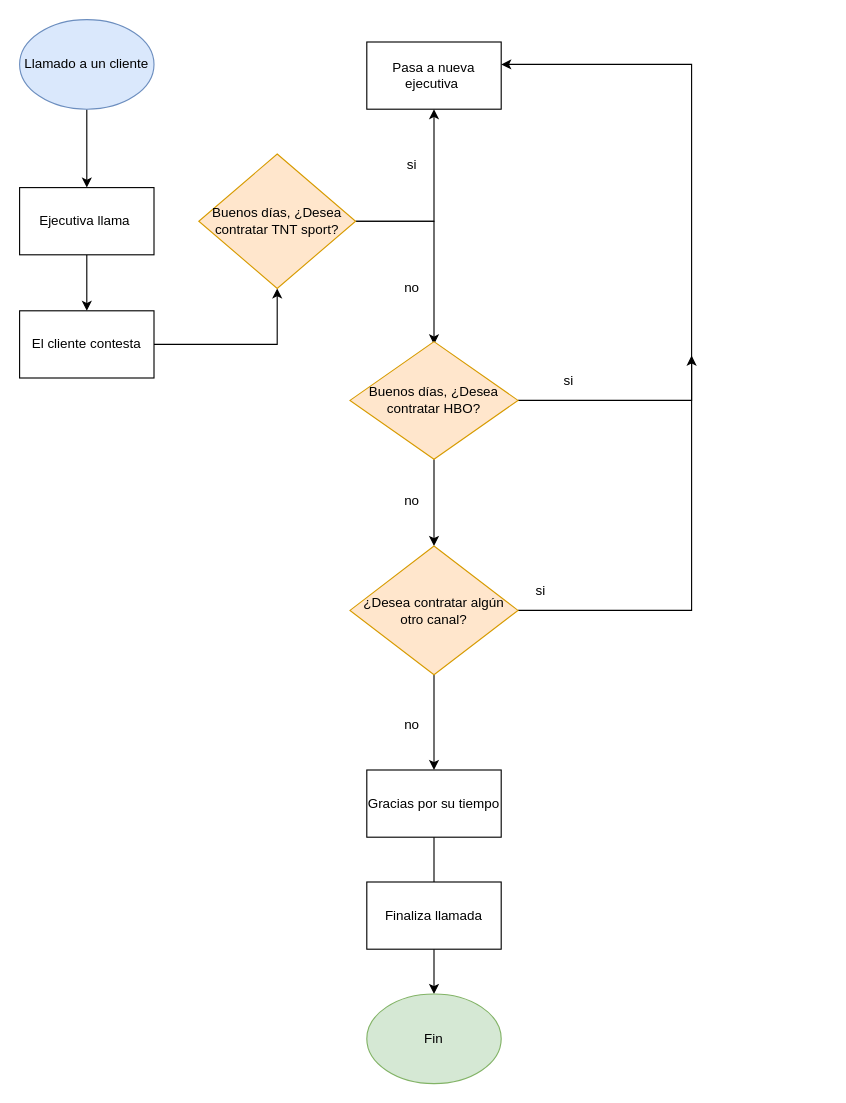
The draw.io diagram page "Canal Premium" (2 of 2) of Untitled Diagram.drawio in Matyplop/Matyplop.github.io, before the edit. Source tidied: cells renumbered, new cells numbered last; positions are measured from the earlier drawing's top-left corner, leaving out a move shared by most shapes. Both pictures are drawn from the tidied source at 112%, with x=0, y=0 at pixel (19, 19).
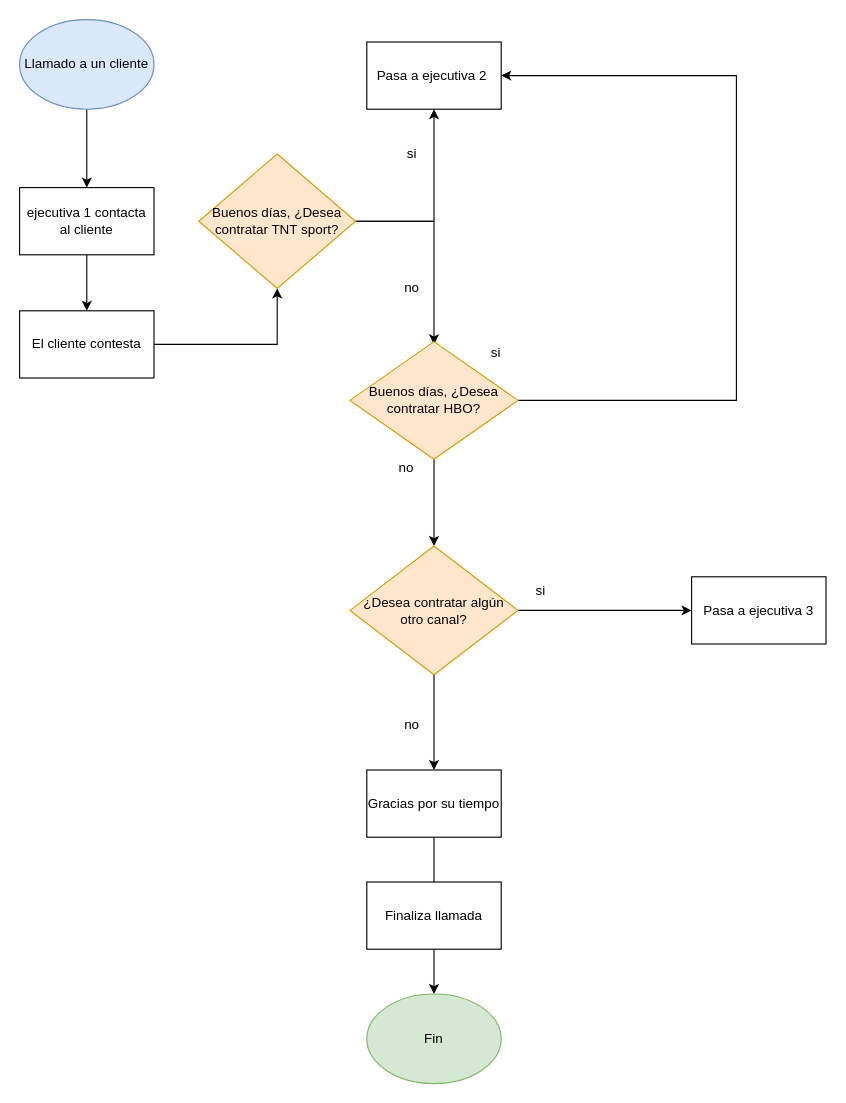
After the change.

The change refers to these unchanged cells:
```xml
<mxCell id="16" value="Buenos días, ¿Desea contratar HBO?" style="rhombus;whiteSpace=wrap;html=1;fillColor=#ffe6cc;strokeColor=#d79b00;" parent="1" vertex="1">
  <mxGeometry x="295" y="287.5" width="150" height="105" as="geometry" />
</mxCell>
<mxCell id="21" value="¿Desea contratar algún &lt;br&gt;otro canal?" style="rhombus;whiteSpace=wrap;html=1;fillColor=#ffe6cc;strokeColor=#d79b00;" parent="1" vertex="1">
  <mxGeometry x="295" y="470" width="150" height="115" as="geometry" />
</mxCell>
```

The edit, as a diff of the source:
```diff
@@
-    <mxCell id="5" value="Ejecutiva llama&amp;nbsp;" style="rounded=0;whiteSpace=wrap;html=1;" parent="1" vertex="1">
+    <mxCell id="5" value="ejecutiva 1 contacta al cliente" style="rounded=0;whiteSpace=wrap;html=1;" parent="1" vertex="1">
       <mxGeometry y="150" width="120" height="60" as="geometry" />
     </mxCell>
@@
     <mxCell id="11" value="si" style="text;html=1;align=center;verticalAlign=middle;strokeColor=none;" parent="1" vertex="1">
-      <mxGeometry x="335" y="120" width="30" height="20" as="geometry" />
+      <mxGeometry x="335" y="110" width="30" height="20" as="geometry" />
     </mxCell>
@@
-    <mxCell id="13" value="Pasa a nueva ejecutiva&amp;nbsp;" style="rounded=0;whiteSpace=wrap;html=1;" parent="1" vertex="1">
+    <mxCell id="13" value="Pasa a ejecutiva 2&amp;nbsp;" style="rounded=0;whiteSpace=wrap;html=1;" parent="1" vertex="1">
       <mxGeometry x="310" y="20" width="120" height="60" as="geometry" />
     </mxCell>
@@
-    <mxCell id="15" style="edgeStyle=orthogonalEdgeStyle;rounded=0;jettySize=auto;html=1;" parent="1" edge="1" source="16">
+    <mxCell id="15" style="edgeStyle=orthogonalEdgeStyle;rounded=0;jettySize=auto;html=1;entryX=1;entryY=0.5;entryDx=0;entryDy=0;" parent="1" edge="1" source="16" target="13">
       <mxGeometry relative="1" as="geometry">
-        <mxPoint x="600" y="300" as="targetPoint" />
         <Array as="points">
-          <mxPoint x="600" y="340" />
-          <mxPoint x="600" y="310" />
+          <mxPoint x="640" y="340" />
+          <mxPoint x="640" y="50" />
         </Array>
       </mxGeometry>
     </mxCell>
@@
     <mxCell id="17" value="si" style="text;html=1;align=center;verticalAlign=middle;strokeColor=none;" parent="1" vertex="1">
-      <mxGeometry x="475" y="312.5" width="30" height="20" as="geometry" />
+      <mxGeometry x="410" y="287.5" width="30" height="20" as="geometry" />
     </mxCell>
     <mxCell id="18" value="no" style="text;html=1;align=center;verticalAlign=middle;strokeColor=none;" parent="1" vertex="1">
-      <mxGeometry x="335" y="420" width="30" height="20" as="geometry" />
+      <mxGeometry x="330" y="390" width="30" height="20" as="geometry" />
     </mxCell>
-    <mxCell id="19" style="edgeStyle=orthogonalEdgeStyle;rounded=0;jettySize=auto;html=1;" parent="1" edge="1" source="21">
-      <mxGeometry relative="1" as="geometry">
-        <mxPoint x="430" y="40" as="targetPoint" />
-        <Array as="points">
-          <mxPoint x="600" y="528" />
-          <mxPoint x="600" y="40" />
-          <mxPoint x="430" y="40" />
-        </Array>
-      </mxGeometry>
-    </mxCell>
@@
+    <mxCell id="29" style="edgeStyle=orthogonalEdgeStyle;rounded=0;jettySize=auto;html=1;" parent="1" edge="1" source="21">
+      <mxGeometry relative="1" as="geometry">
+        <mxPoint x="600" y="527.5" as="targetPoint" />
+      </mxGeometry>
+    </mxCell>
@@
+    <mxCell id="30" value="Pasa a ejecutiva 3" style="rounded=0;whiteSpace=wrap;html=1;" parent="1" vertex="1">
+      <mxGeometry x="600" y="497.5" width="120" height="60" as="geometry" />
+    </mxCell>
```
